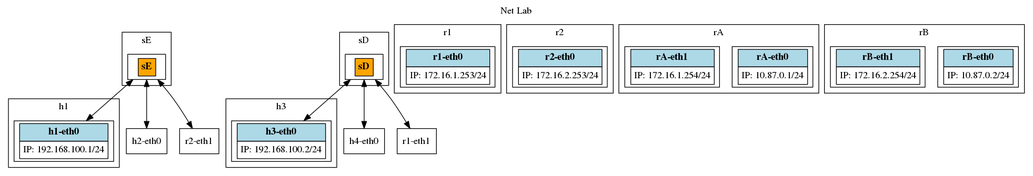
The Graphviz diagram graph.png in anhndd/infrastructure_project, before a commit. Its source is kept beside it as graph.dot.
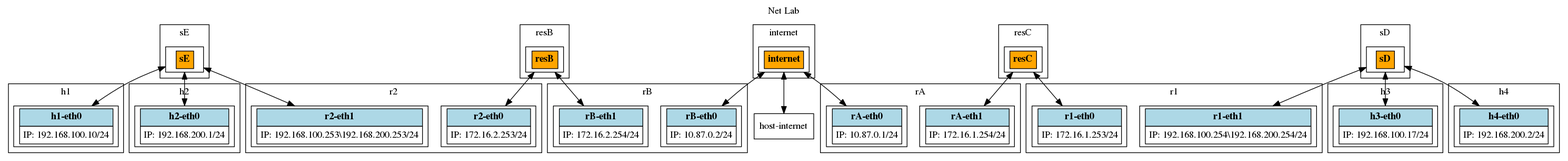
Later version of the same file.

What changed in the source:
```diff
@@ -10,13 +10,19 @@
         "h1-eth0" [label=<
             <table border="0" cellborder="1" cellspacing="0" cellpadding="4">
                 <tr><td bgcolor="lightblue"><b>h1-eth0</b></td></tr>
-                <tr><td align="left">IP: 192.168.100.1/24</td></tr>
+                <tr><td align="left">IP: 192.168.100.10/24</td></tr>
             </table>
         >];
 	}
 subgraph cluster_1 {
 		label = h2;
 
+        "h2-eth0" [label=<
+            <table border="0" cellborder="1" cellspacing="0" cellpadding="4">
+                <tr><td bgcolor="lightblue"><b>h2-eth0</b></td></tr>
+                <tr><td align="left">IP: 192.168.200.1/24</td></tr>
+            </table>
+        >];
 	}
 subgraph cluster_2 {
 		label = h3;
@@ -24,13 +30,19 @@
         "h3-eth0" [label=<
             <table border="0" cellborder="1" cellspacing="0" cellpadding="4">
                 <tr><td bgcolor="lightblue"><b>h3-eth0</b></td></tr>
-                <tr><td align="left">IP: 192.168.100.2/24</td></tr>
+                <tr><td align="left">IP: 192.168.100.17/24</td></tr>
             </table>
         >];
 	}
 subgraph cluster_3 {
 		label = h4;
 
+        "h4-eth0" [label=<
+            <table border="0" cellborder="1" cellspacing="0" cellpadding="4">
+                <tr><td bgcolor="lightblue"><b>h4-eth0</b></td></tr>
+                <tr><td align="left">IP: 192.168.200.2/24</td></tr>
+            </table>
+        >];
 	}
 subgraph cluster_4 {
 		label = r1;
@@ -41,6 +53,12 @@
                 <tr><td align="left">IP: 172.16.1.253/24</td></tr>
             </table>
         >];
+        "r1-eth1" [label=<
+            <table border="0" cellborder="1" cellspacing="0" cellpadding="4">
+                <tr><td bgcolor="lightblue"><b>r1-eth1</b></td></tr>
+                <tr><td align="left">IP: 192.168.100.254\192.168.200.254/24</td></tr>
+            </table>
+        >];
 	}
 subgraph cluster_5 {
 		label = r2;
@@ -49,6 +67,12 @@
             <table border="0" cellborder="1" cellspacing="0" cellpadding="4">
                 <tr><td bgcolor="lightblue"><b>r2-eth0</b></td></tr>
                 <tr><td align="left">IP: 172.16.2.253/24</td></tr>
+            </table>
+        >];
+        "r2-eth1" [label=<
+            <table border="0" cellborder="1" cellspacing="0" cellpadding="4">
+                <tr><td bgcolor="lightblue"><b>r2-eth1</b></td></tr>
+                <tr><td align="left">IP: 192.168.100.253\192.168.200.253/24</td></tr>
             </table>
         >];
 	}
@@ -102,10 +126,44 @@
             </table>
         >];
 	}
+subgraph cluster_10 {
+		label = internet;
+
+        "internet" [label=<
+            <table border="0" cellborder="1" cellspacing="0" cellpadding="4">
+                <tr><td bgcolor="orange"><b>internet</b></td></tr>
+            </table>
+        >];
+	}
+subgraph cluster_11 {
+		label = resC;
+
+        "resC" [label=<
+            <table border="0" cellborder="1" cellspacing="0" cellpadding="4">
+                <tr><td bgcolor="orange"><b>resC</b></td></tr>
+            </table>
+        >];
+	}
+subgraph cluster_12 {
+		label = resB;
+
+        "resB" [label=<
+            <table border="0" cellborder="1" cellspacing="0" cellpadding="4">
+                <tr><td bgcolor="orange"><b>resB</b></td></tr>
+            </table>
+        >];
+	}
  "sD"->"h3-eth0";
  "sD"->"h4-eth0";
  "sE"->"h1-eth0";
  "sE"->"h2-eth0";
  "sD"->"r1-eth1";
  "sE"->"r2-eth1";
+ "internet"->"rA-eth0";
+ "internet"->"rB-eth0";
+ "internet"->"host-internet";
+ "resC"->"r1-eth0";
+ "resC"->"rA-eth1";
+ "resB"->"r2-eth0";
+ "resB"->"rB-eth1";
 }
```
